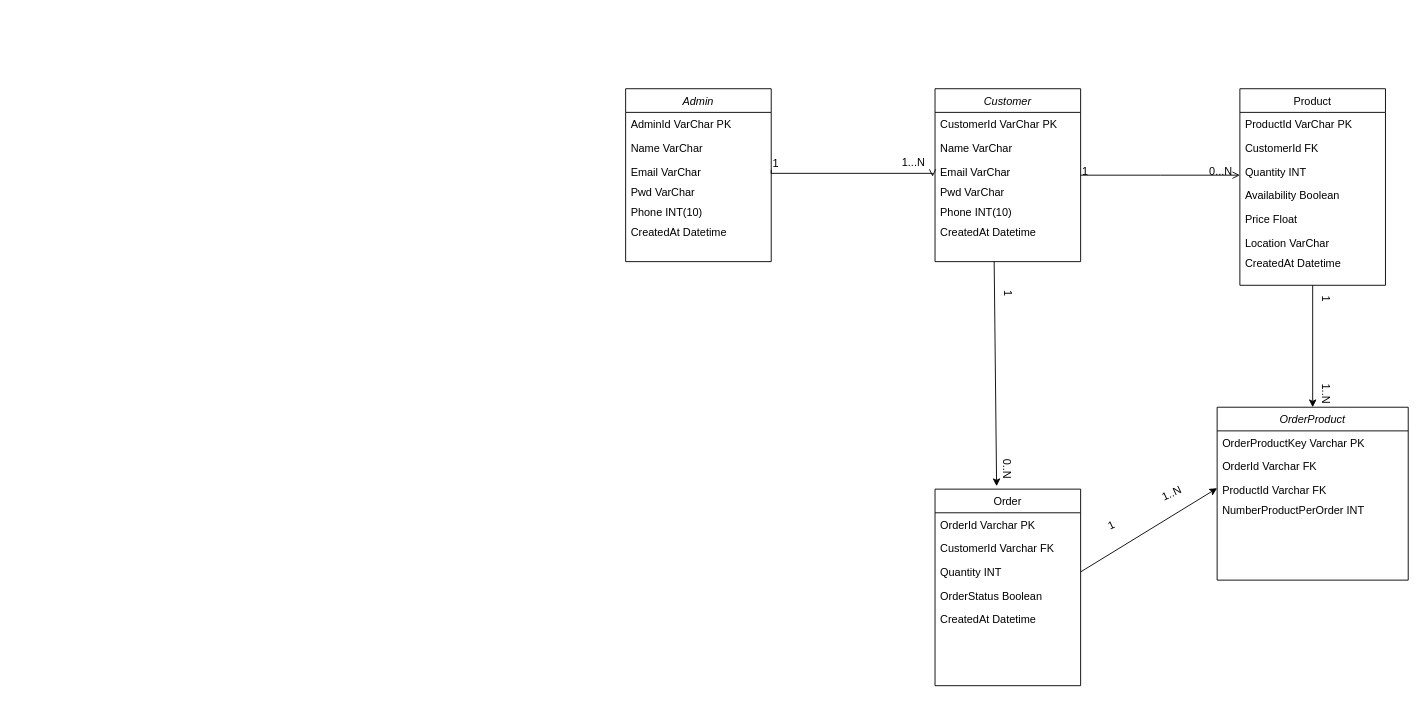
Before: docs/ERD/swanflip_erd.drawio in husthunterpy01/CITS5505-Project, a draw.io diagram. Source tidied: cells renumbered, new cells numbered last; positions are measured from the earlier drawing's top-left corner, leaving out a move shared by most shapes. Both pictures are drawn from the tidied source at 91%, with x=0, y=0 at pixel (625, 88).
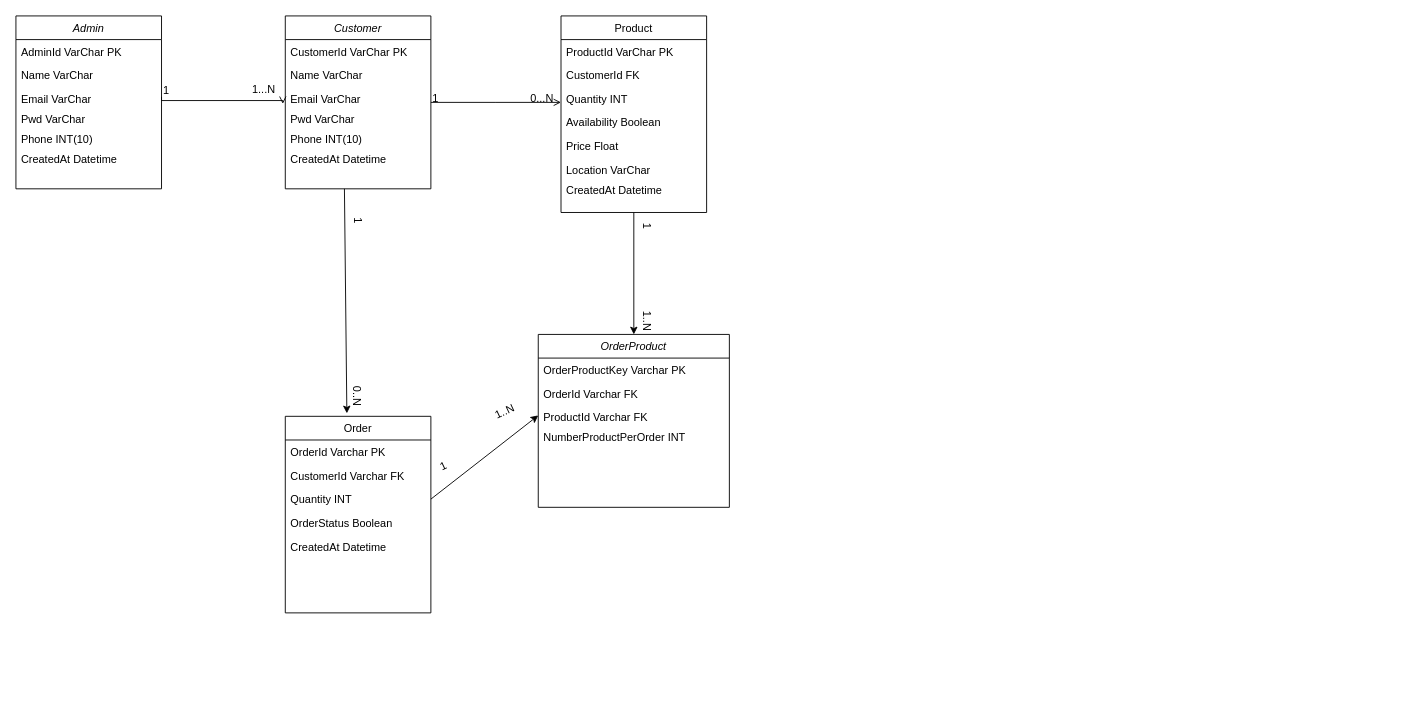
Above is the later version.

Commit message (it also covers changes not shown here):
doc: update erd in .pdf format

Unchanged cells that the change refers to:
```xml
<mxCell id="23" value="Quantity INT" style="text;align=left;verticalAlign=top;spacingLeft=4;spacingRight=4;overflow=hidden;points=[[0,0.5],[1,0.5]];portConstraint=eastwest;rounded=0;shadow=0;html=0;" parent="20" vertex="1">
  <mxGeometry y="78" width="160" height="26" as="geometry" />
</mxCell>
<mxCell id="32" value="ProductId Varchar FK" style="text;align=left;verticalAlign=top;spacingLeft=4;spacingRight=4;overflow=hidden;points=[[0,0.5],[1,0.5]];portConstraint=eastwest;rounded=0;shadow=0;html=0;" parent="29" vertex="1">
  <mxGeometry y="78" width="210" height="22" as="geometry" />
</mxCell>
```

The edit, as a diff of the source:
```diff
@@
     <mxCell id="2" value="Customer" style="swimlane;fontStyle=2;align=center;verticalAlign=top;horizontal=1;startSize=26;rounded=0;shadow=0;strokeWidth=1;" parent="1" vertex="1">
-      <mxGeometry x="340" width="160" height="190" as="geometry" />
+      <mxGeometry x="-374" y="-80" width="160" height="190" as="geometry" />
     </mxCell>
@@
     <mxCell id="9" value="Product" style="swimlane;fontStyle=0;align=center;verticalAlign=top;horizontal=1;startSize=26;rounded=0;shadow=0;strokeWidth=1;" parent="1" vertex="1">
-      <mxGeometry x="675" width="160" height="216" as="geometry" />
+      <mxGeometry x="-71" y="-80" width="160" height="216" as="geometry" />
     </mxCell>
@@
     <mxCell id="20" value="Order" style="swimlane;fontStyle=0;align=center;verticalAlign=top;horizontal=1;startSize=26;rounded=0;shadow=0;strokeWidth=1;" parent="1" vertex="1">
-      <mxGeometry x="340" y="440" width="160" height="216" as="geometry" />
+      <mxGeometry x="-374" y="360" width="160" height="216" as="geometry" />
     </mxCell>
@@
     <mxCell id="26" style="endArrow=classic;html=1;rounded=0;exitX=0.406;exitY=1.091;exitDx=0;exitDy=0;exitPerimeter=0;entryX=0.423;entryY=-0.015;entryDx=0;entryDy=0;entryPerimeter=0;" parent="1" edge="1" target="20">
       <mxGeometry relative="1" as="geometry">
-        <mxPoint x="405" y="190" as="sourcePoint" />
+        <mxPoint x="-309" y="110" as="sourcePoint" />
       </mxGeometry>
     </mxCell>
     <mxCell id="27" value="0..N" style="align=right;verticalAlign=bottom;labelBackgroundColor=none;fontSize=12;direction=south;rotation=90;" parent="1" vertex="1">
-      <mxGeometry x="410" y="430" as="geometry" />
+      <mxGeometry x="-304" y="350" as="geometry" />
     </mxCell>
     <mxCell id="28" value="1" style="text;html=1;whiteSpace=wrap;strokeColor=none;fillColor=none;align=center;verticalAlign=middle;rounded=0;rotation=90;" parent="1" vertex="1">
-      <mxGeometry x="390" y="210" width="60" height="30" as="geometry" />
+      <mxGeometry x="-324" y="130" width="60" height="30" as="geometry" />
     </mxCell>
     <mxCell id="29" value="OrderProduct" style="swimlane;fontStyle=2;align=center;verticalAlign=top;horizontal=1;startSize=26;rounded=0;shadow=0;strokeWidth=1;" parent="1" vertex="1">
-      <mxGeometry x="650" y="350" width="210" height="190" as="geometry" />
+      <mxGeometry x="-96" y="270" width="210" height="190" as="geometry" />
     </mxCell>
@@
-    <mxCell id="34" style="endArrow=classic;html=1;rounded=0;exitX=1;exitY=0.5;exitDx=0;exitDy=0;entryX=0;entryY=0.5;entryDx=0;entryDy=0;" parent="1" edge="1" target="32">
-      <mxGeometry relative="1" as="geometry">
-        <mxPoint x="500" y="531" as="sourcePoint" />
-      </mxGeometry>
+    <mxCell id="34" style="endArrow=classic;html=1;rounded=0;exitX=1;exitY=0.5;exitDx=0;exitDy=0;entryX=0;entryY=0.5;entryDx=0;entryDy=0;" parent="1" edge="1" source="23" target="32">
+      <mxGeometry relative="1" as="geometry" />
     </mxCell>
     <mxCell id="35" value="1..N" style="text;html=1;whiteSpace=wrap;strokeColor=none;fillColor=none;align=center;verticalAlign=middle;rounded=0;rotation=-25;" parent="1" vertex="1">
-      <mxGeometry x="573" y="430" width="55" height="30" as="geometry" />
+      <mxGeometry x="-160" y="340" width="55" height="30" as="geometry" />
     </mxCell>
     <mxCell id="36" value="1" style="text;html=1;whiteSpace=wrap;strokeColor=none;fillColor=none;align=center;verticalAlign=middle;rounded=0;rotation=90;" parent="1" vertex="1">
-      <mxGeometry x="750" y="216" width="40" height="30" as="geometry" />
+      <mxGeometry x="4" y="136" width="40" height="30" as="geometry" />
     </mxCell>
     <mxCell id="37" value="1" style="text;html=1;whiteSpace=wrap;strokeColor=none;fillColor=none;align=center;verticalAlign=middle;rounded=0;rotation=-25;" parent="1" vertex="1">
-      <mxGeometry x="504" y="465" width="60" height="30" as="geometry" />
+      <mxGeometry x="-230" y="400" width="60" height="30" as="geometry" />
     </mxCell>
@@
     <mxCell id="39" value="1..N" style="text;html=1;whiteSpace=wrap;strokeColor=none;fillColor=none;align=center;verticalAlign=middle;rounded=0;rotation=90;" parent="1" vertex="1">
-      <mxGeometry x="742.5" y="320" width="55" height="30" as="geometry" />
+      <mxGeometry x="-3.5" y="240" width="55" height="30" as="geometry" />
     </mxCell>
     <mxCell id="40" value="Admin" style="swimlane;fontStyle=2;align=center;verticalAlign=top;horizontal=1;startSize=26;rounded=0;shadow=0;strokeWidth=1;" parent="1" vertex="1">
-      <mxGeometry width="160" height="190" as="geometry" />
+      <mxGeometry x="-670" y="-80" width="160" height="190" as="geometry" />
     </mxCell>
```
